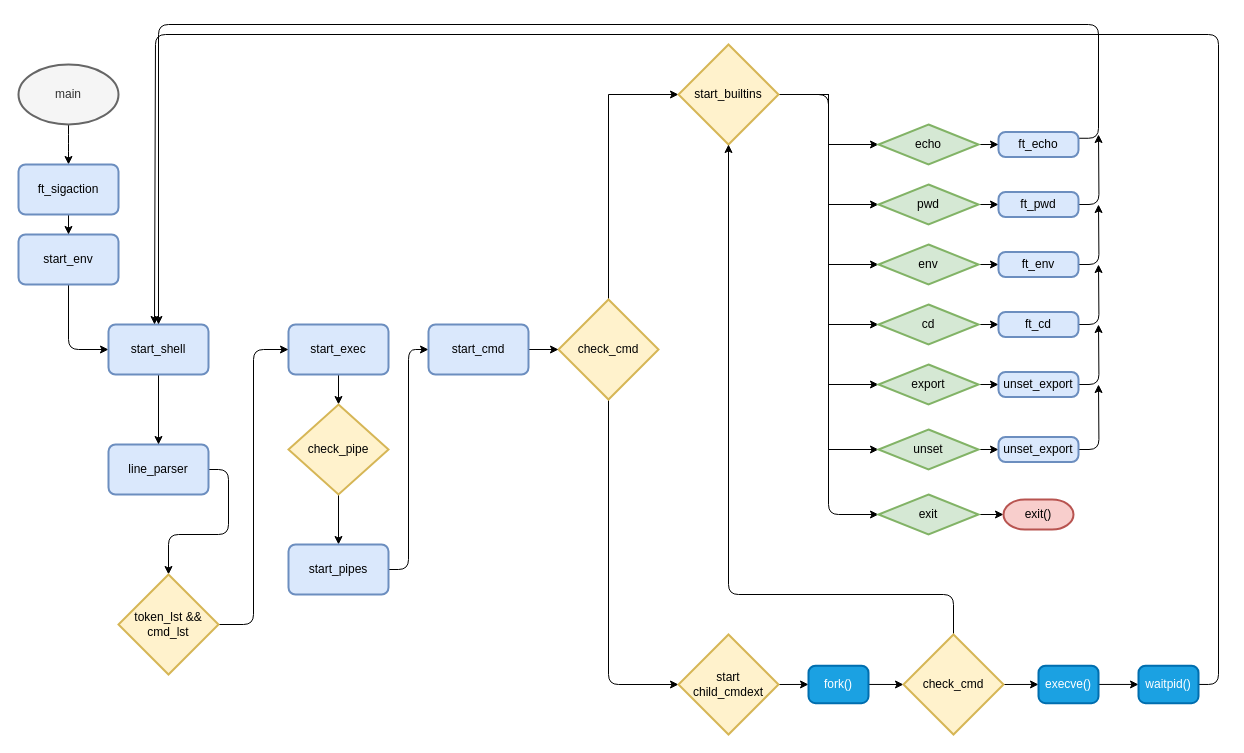
Before: diagrams/Diagrama sin título.drawio in LeonMoreno/LeonMoreno, a draw.io diagram. Source tidied: cells renumbered, new cells numbered last; positions are measured from the earlier drawing's top-left corner, leaving out a move shared by most shapes. Both pictures are drawn from the tidied source at 100%, with x=0, y=0 at pixel (18, 24).
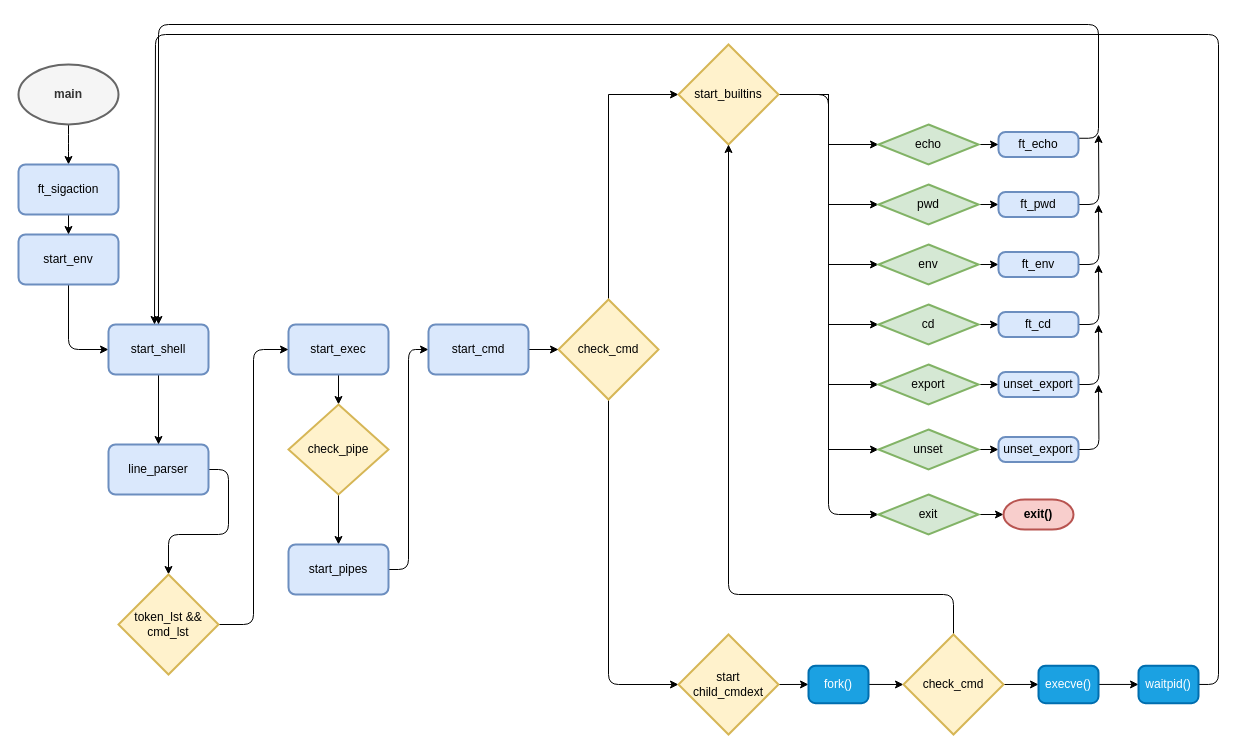
After the change.

Diff of the diagram source:
```diff
@@
-    <mxCell id="3" value="main" style="strokeWidth=2;html=1;shape=mxgraph.flowchart.start_1;whiteSpace=wrap;fillColor=#f5f5f5;fontColor=#333333;strokeColor=#666666;" parent="1" vertex="1">
+    <mxCell id="3" value="&lt;b&gt;main&lt;/b&gt;" style="strokeWidth=2;html=1;shape=mxgraph.flowchart.start_1;whiteSpace=wrap;fillColor=#f5f5f5;fontColor=#333333;strokeColor=#666666;" parent="1" vertex="1">
       <mxGeometry y="40" width="100" height="60" as="geometry" />
     </mxCell>
@@
-    <mxCell id="63" value="exit()" style="strokeWidth=2;html=1;shape=mxgraph.flowchart.terminator;whiteSpace=wrap;fillColor=#f8cecc;strokeColor=#b85450;" parent="1" vertex="1">
+    <mxCell id="63" value="&lt;b&gt;exit()&lt;/b&gt;" style="strokeWidth=2;html=1;shape=mxgraph.flowchart.terminator;whiteSpace=wrap;fillColor=#f8cecc;strokeColor=#b85450;" parent="1" vertex="1">
       <mxGeometry x="985" y="475" width="70" height="30" as="geometry" />
     </mxCell>
```
